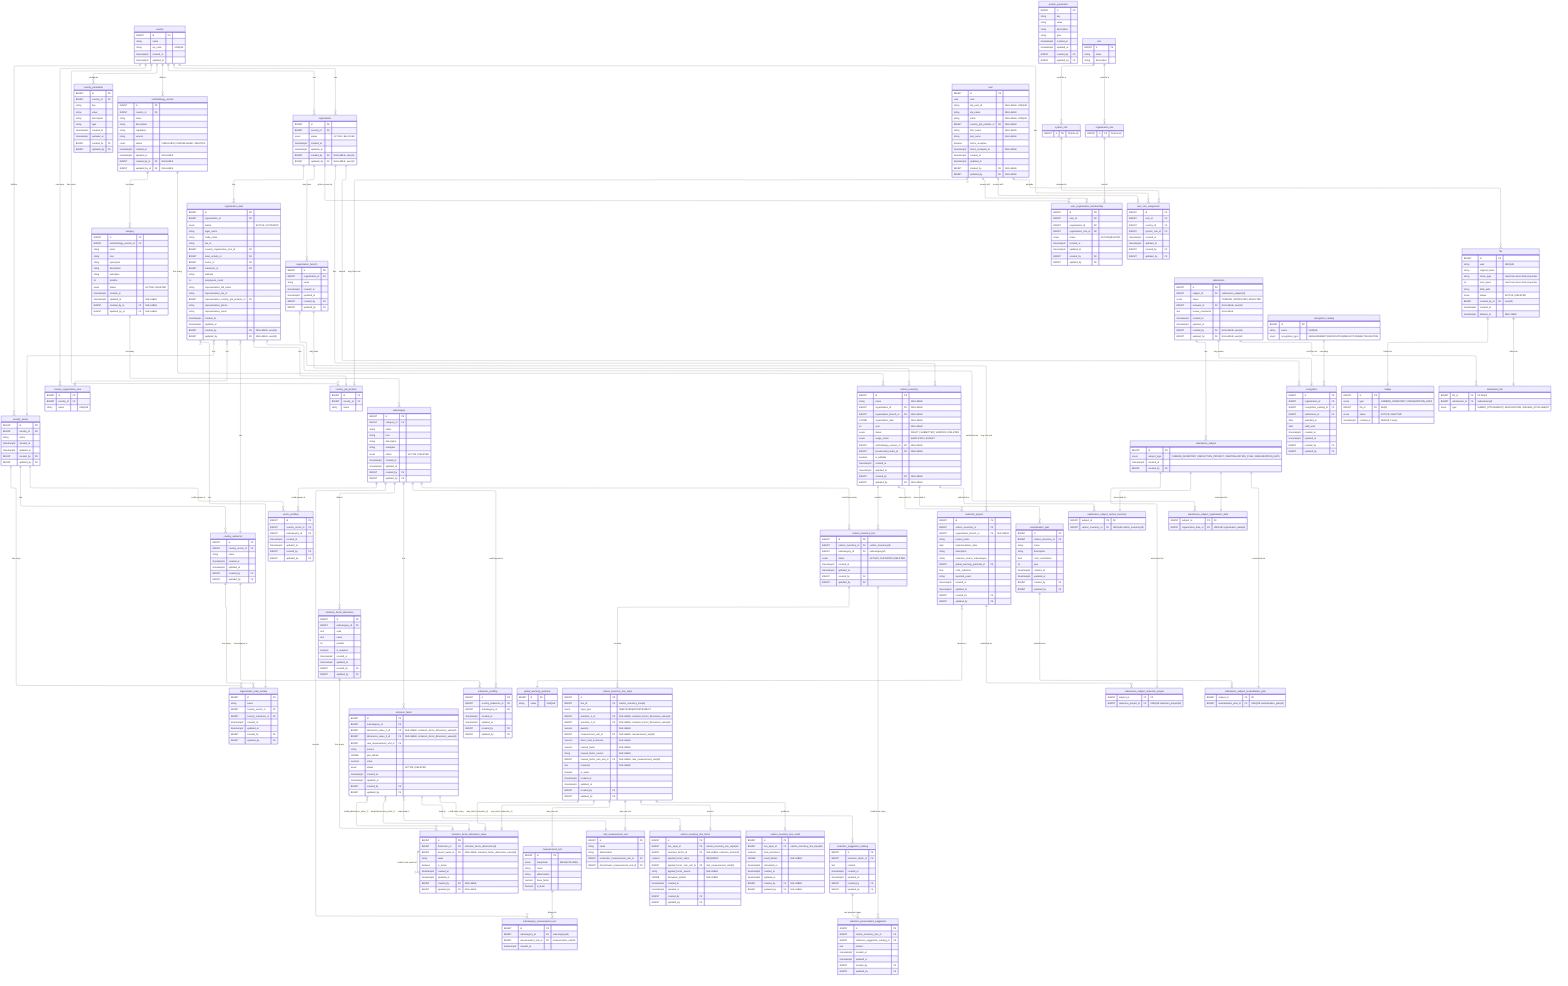
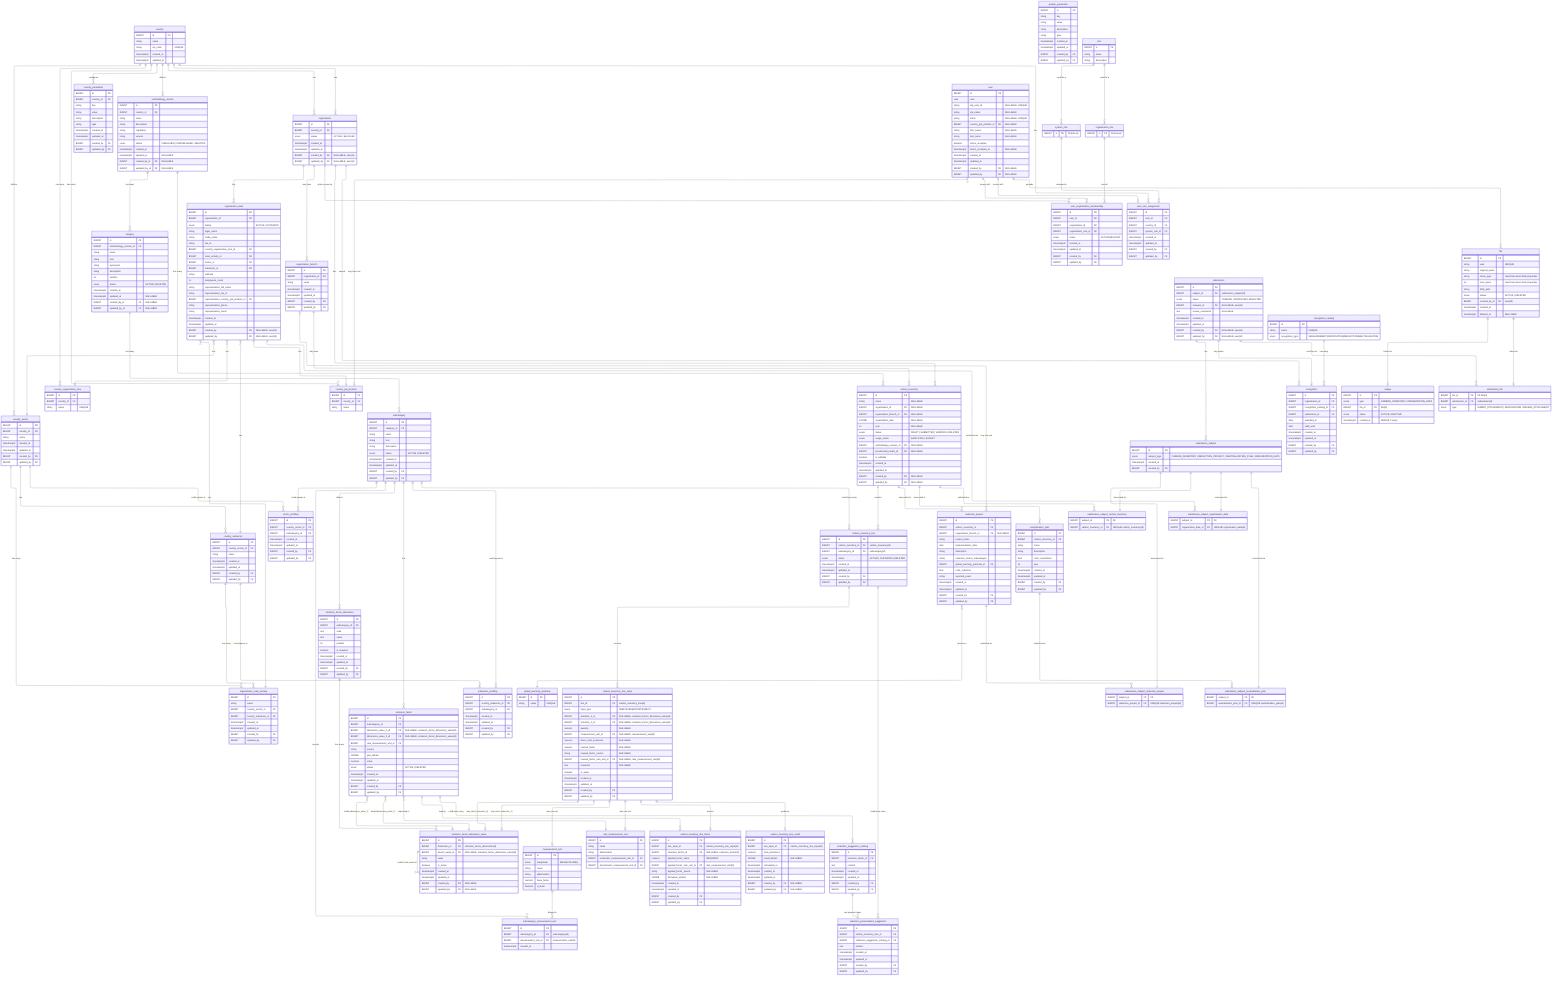
---
config:
  layout: elk
---
erDiagram
	direction TB

	%% ============================================================
	%% Design Principles
	%% ============================================================

	%% 🔷 Core Modeling Principles
	%% 	1.	Each table has a single, well-defined responsibility
	%% Tables are designed to represent one concept only (e.g. configuration, input, result, workflow), avoiding mixed concerns.

	%% 	2.	Relationships reflect real business rules, not just foreign keys
	%% Cardinalities and optionality are chosen to express domain constraints, not merely technical implementation details.

	%% 	3.	Nullability is intentional and meaningful
	%% Nullable fields indicate valid domain states (e.g. optional associations, draft data), not incomplete design.

	%% ⸻

	%% 🔷 Configuration & Reference Data
	%% 	4.	Reference data is normalized and centralized
	%% Shared concepts (statuses, units, potentials) are defined once and reused across the system.

	%% 	5.	Volatile enums are modeled as tables, not database ENUMs
	%% Any value expected to evolve (statuses, workflows) is stored in catalog tables to avoid schema migrations.

	%% 	6.	Stable physical concepts may use ENUMs
	%% Concepts that are scientifically stable (e.g. unit magnitude, usage mode) may use database ENUMs for safety and clarity.

	%% ⸻

	%% 🔷 Methodology & Emission Factors

	%% 	7.	Methodology is versioned and country-scoped
	%% All categories, subcategories, and factors belong to a specific methodology version tied to a country.

	%% 	8.	Emission factors are defined by standardized dimensions, not free text
	%% User selections and factor matching are driven by normalized dimension values to ensure consistency and correctness.

	%% 	9.	Dimension cardinality reflects domain reality, not generic flexibility
	%% Emission factors support up to two dimensions by design, matching current methodology requirements and admin workflows.

	%% 	10.	Administrative workflows are hierarchical and sequential
	%% New entities are created top-down (category → subcategory → dimension → value → factor), enforcing consistency at each level.

	%% ⸻

	%% 🔷 Inventory & Calculation

	%% 	11.	Input, factor selection, and results are modeled as separate concerns
	%% User input, factor derivation, and calculated results are stored in distinct tables for clarity and auditability.

	%% 	12.	Results are always derived from immutable input snapshots
	%% Calculated emissions reference the exact input used, ensuring reproducibility even if inputs change later.

	%% 	13.	Historical data is preserved; updates create new versions
	%% Changes do not overwrite previous data but create new records, maintaining a complete audit trail.

	%% ⸻

	%% 🔷 Workflow & Submissions

	%% 	14.	Workflows are modeled as data, not booleans
	%% Submissions, approvals, and recognitions are represented explicitly rather than inferred from flags.

	%% 	15.	Polymorphism is handled via explicit subject tables
	%% Submissions reference a generic subject entity with concrete subtype tables, avoiding nullable polymorphic foreign keys.

	%% 	16.	Recognitions are awarded based on submissions, not raw entities
	%% This ensures all awards are traceable to a validated review process.

	%% ⸻

	%% 🔷 Audit & Governance

	%% 	17.	Audit fields are applied based on responsibility and mutability
	%% Operational tables are auditable; reference and system-owned tables may omit audit fields by design.

	%% 	18.	System-generated data does not pretend to have an author
	%% Automatically calculated results record timestamps but not created_by or updated_by.

	%% 	19.	Database constraints enforce correctness wherever possible
	%% Uniqueness, consistency, and invariants are enforced at the database level rather than relying solely on application logic.


	%% ⸻

	%% 🔷 Evolution & Maintainability

	%% 	20.	Design favors clarity and correctness over premature generalization
	%% Flexibility is introduced only when driven by real domain requirements, not hypothetical future use cases.

	%% 	21.	Future extensions are possible without breaking existing data
	%% The model anticipates evolution (e.g. new methodologies, new workflows) while keeping current usage simple and explicit.

	%% ⸻

	%% These principles are intentional.
	%% Changes to the model should preserve these invariants unless there is a clear domain-driven reason to evolve them.

	%% ============================================================
	%% 🟦 Country & configuration (7)
	%% ============================================================

	country {
		BIGINT id PK ""
		string name  ""
		string iso_code "UNIQUE"
		timestamptz created_at  ""
		timestamptz updated_at  ""
	}

	country_parameter {
		BIGINT id PK ""
		BIGINT country_id FK ""
		string key  ""
		string value  ""
		string description  ""
		string type  ""
		timestamptz created_at  ""
		timestamptz updated_at  ""
		BIGINT created_by FK ""
		BIGINT updated_by FK ""
	}

	system_parameter {
		BIGINT id PK ""
		string key  ""
		string value  ""
		string description  ""
		string type  ""
		timestamptz created_at  ""
		timestamptz updated_at  ""
		BIGINT created_by FK ""
		BIGINT updated_by FK ""
	}

	country_sector {
		BIGINT id PK ""
		BIGINT country_id FK ""
		string name  ""
		timestamptz created_at  ""
		timestamptz updated_at  ""
		BIGINT created_by FK ""
		BIGINT updated_by FK ""
	}

	country_subsector {
		BIGINT id PK ""
		BIGINT country_sector_id FK ""
		string name  ""
		timestamptz created_at  ""
		timestamptz updated_at  ""
		BIGINT created_by FK ""
		BIGINT updated_by FK ""
	}

	country_organization_size {
		BIGINT id PK ""
		BIGINT country_id FK ""
		string name  "UNIQUE"
	}

	organization_main_activity {
		BIGINT id PK ""
		string name ""
		BIGINT country_sector_id FK ""
		BIGINT country_subsector_id FK ""
		timestamptz created_at ""
		timestamptz updated_at ""
		BIGINT created_by FK ""
		BIGINT updated_by FK ""
	}

	country_job_position {
		BIGINT id PK ""
		BIGINT country_id FK ""
		string name  ""
	}

	%% ============================================================
	%% 🟩 Methodology & factors (10)
	%% ============================================================

	methodology_version {
		BIGINT id PK ""
		BIGINT country_id FK ""
		string name  ""
		string description  ""
		string regulation ""
		string version ""
		enum status "PUBLISHED | UNPUBLISHED | DELETED"
		timestamptz created_at  ""
		timestamptz updated_at  "NULLABLE"
		BIGINT created_by_id FK "NULLABLE"
		BIGINT updated_by_id FK "NULLABLE"
		%% Enforce via trigger at most 1 active per country
	}

	category {
		BIGINT id PK ""
		BIGINT methodology_version_id FK ""
		string name ""
		string icon ""
		%% just for displaying
		string synonyms ""
		%% just for displaying
		string description ""
- 		%% just for displaying
- 		string examples ""
		%% Position must be > 0 (enforced by DB CHECK constraint)
		int position ""
		enum status "ACTIVE | DELETED"
		timestamptz created_at  ""
		timestamptz updated_at  "NULLABLE"
		BIGINT created_by_id FK "NULLABLE"
		BIGINT updated_by_id FK "NULLABLE"
		%% UNIQUE(methodology_version_id, name)
		%% UNIQUE(methodology_version_id, position)
	}

	subcategory {
		BIGINT id PK ""
		BIGINT category_id FK ""
		string name  ""
		string icon ""
		%% just for displaying
		string description  ""
- 		%% just for displaying
- 		string examples ""
		enum status "ACTIVE | DELETED"
		timestamptz created_at  ""
		timestamptz updated_at  ""
		BIGINT created_by FK ""
		BIGINT updated_by FK ""
	}

	emission_factor_dimension {
		BIGINT id PK ""
		BIGINT subcategory_id FK ""
		%% Like: FUEL_GROUP, FUEL_TYPE, GAS_TYPE
		text code ""
		%% Like: Tipo de combustible, Tipo de gas
		text name ""
		%% Like: 1, 2, 3 (order in UI & logic)
		int position ""
		boolean is_required ""
		timestamptz created_at  ""
		timestamptz updated_at  ""
		BIGINT created_by FK ""
		BIGINT updated_by FK ""
		%% UNIQUE(subcategory_id, position),
		%% UNIQUE(subcategory_id, code)
	}

	emission_factor_dimension_value {
		BIGINT id PK ""
		BIGINT dimension_id FK "emission_factor_dimension(id)"
		BIGINT parent_value_id FK "NULLABLE, emission_factor_dimension_value(id)"
		%% Like: Natural gas, Diesel, Kerosene, etc
		string value ""
		boolean is_active ""
		timestamptz created_at  ""
		timestamptz updated_at  ""
		BIGINT created_by FK "NULLABLE"
		BIGINT updated_by FK "NULLABLE"
		%% UNIQUE(dimension_id, value)
	}

	emission_factor {
		BIGINT id PK ""
		BIGINT subcategory_id FK ""
		%% Emission factors currently support up to two dimensions via fixed columns.
		%% A binding table was considered for unbounded dimensions but intentionally not used to keep queries and constraints simple.
		BIGINT dimension_value_1_id FK "NULLABLE, emission_factor_dimension_value(id)"
		BIGINT dimension_value_2_id FK "NULLABLE, emission_factor_dimension_value(id)"
		BIGINT rate_measurement_unit_id FK ""
		string source  ""
		JSONB gas_details ""
		numeric value  ""
		enum status "ACTIVE | DELETED"
		timestamptz created_at  ""
		timestamptz updated_at  ""
		BIGINT created_by FK ""
		BIGINT updated_by FK ""
		%% Enforce UNIQUE (subcategory_id, dimension_value_1_id, dimension_value_2_id) WHERE status = 'ACTIVE'
	}

	sector_profiling {
		BIGINT id PK ""
		BIGINT country_sector_id FK ""
		BIGINT subcategory_id FK ""
		timestamptz created_at  ""
		timestamptz updated_at  ""
		BIGINT created_by FK ""
		BIGINT updated_by FK ""
		%% UNIQUE(country_sector_id, subcategory_id)
	}

	subsector_profiling {
		BIGINT id PK ""
		BIGINT country_subsector_id FK ""
		BIGINT subcategory_id FK ""
		timestamptz created_at  ""
		timestamptz updated_at  ""
		BIGINT created_by FK ""
		BIGINT updated_by FK ""
		%% UNIQUE(country_subsector_id, subcategory_id)
	}

	measurement_unit {
		BIGINT id PK ""
		enum magnitude  "MASS|VOLUME|..."
		string name  ""
		string abbreviation  ""
		numeric base_factor  ""
		boolean is_base  ""
		%% Enforce UNIQUE (magnitude) WHERE is_base = true
	}

	rate_measurement_unit {
		BIGINT id PK ""
		string name  ""
		string abbreviation  ""
		BIGINT numerator_measurement_unit_id FK ""
		BIGINT denominator_measurement_unit_id FK ""
	}

	subcategory_measurement_unit {
		BIGINT id PK ""
		BIGINT subcategory_id FK "subcategory(id)"
		BIGINT measurement_unit_id FK "measurement_unit(id)"
		timestamptz created_at ""
		%% UNIQUE(subcategory_id, measurement_unit_id)
	}

	global_warming_potential {
		BIGINT id PK ""
		string name "UNIQUE"
		%% AR4, AR5, etc...
	}

	%% ============================================================
	%% 🟨 Organizations & users (8)
	%% ============================================================

	organization {
		BIGINT id PK
		BIGINT country_id FK
		enum status "ACTIVE | BLOCKED"
		timestamptz created_at
		timestamptz updated_at
		BIGINT created_by FK "NULLABLE, user(id)"
		BIGINT updated_by FK "NULLABLE, user(id)"
  	}

	organization_data {
		BIGINT id PK
		BIGINT organization_id FK
		enum status "ACTIVE | OUTDATED"

		%% organization data
		string legal_name
		string trade_name
		string tax_id
		BIGINT country_organization_size_id FK
		BIGINT main_activity_id FK
		BIGINT sector_id FK
		BIGINT subsector_id FK
		string address
		int employees_count

		%% representative data
		string representative_full_name
		string representative_tax_id
		BIGINT representative_country_job_position_id FK
		string representative_phone
		string representative_email

		timestamptz created_at
		timestamptz updated_at
		BIGINT created_by FK "NULLABLE, user(id)"
		BIGINT updated_by FK "NULLABLE, user(id)"
	}

	organization_branch {
		BIGINT id PK ""
		BIGINT organization_id FK ""
		string name  ""
		timestamptz created_at  ""
		timestamptz updated_at  ""
		BIGINT created_by FK ""
		BIGINT updated_by FK ""
	}

	user {
		BIGINT id PK ""
		uuid uuid  ""
		string idp_user_id "NULLABLE, UNIQUE"
		string idp_name "NULLABLE"
		string email  "NULLABLE, UNIQUE"
		BIGINT country_job_position_id FK "NULLABLE"
		string first_name "NULLABLE"
		string last_name "NULLABLE"
		boolean terms_accepted ""
		timestamptz terms_accepted_at "NULLABLE"
		timestamptz created_at  ""
		timestamptz updated_at  ""
		BIGINT created_by FK "NULLABLE"
		BIGINT updated_by FK "NULLABLE"
	}

	%% abstract parent table
	role {
		BIGINT id PK ""
		string name ""
		string description ""
	}

	system_role {
		BIGINT id PK "FK(role.id)"
	}

	organization_role {
		BIGINT id PK "FK(role.id)"
	}


	user_organization_membership {
		BIGINT id PK ""
		BIGINT user_id FK ""
		BIGINT organization_id FK ""
		BIGINT organization_role_id FK ""
		enum status "ACTIVE|DELETED"
		timestamptz created_at  ""
		timestamptz updated_at  ""
		BIGINT created_by FK ""
		BIGINT updated_by FK ""
		%% UNIQUE(user_id, organization_id, organization_role_id)
	}

	user_role_assignment {
		BIGINT id PK ""
		BIGINT user_id FK ""
		BIGINT country_id FK ""
		BIGINT system_role_id FK ""
		timestamptz created_at  ""
		timestamptz updated_at  ""
		BIGINT created_by FK ""
		BIGINT updated_by FK ""
		%% UNIQUE(user_id, country_id, system_role_id)
	}

	%% ============================================================
	%% 🟧 Inventory & calculation (9)
	%% ============================================================

	%% organization & organization_branch will be NULL when user does not belong to any org.
	carbon_inventory {
		BIGINT id PK ""
		string name "NULLABLE"
		BIGINT organization_id FK "NULLABLE"
		BIGINT organization_branch_id FK "NULLABLE"
		JSONB organization_data "NULLABLE"
		int year "NULLABLE"
		enum status "DRAFT | SUBMITTED | VERIFIED | DELETED"
		enum usage_mode "SIMPLIFIED | EXPERT"
		BIGINT methodology_version_id FK "NULLABLE"
		BIGINT preselected_nodes_id FK "NULLABLE"
		boolean is_editable ""
		timestamptz created_at  ""
		timestamptz updated_at  ""
		BIGINT created_by FK "NULLABLE"
		BIGINT updated_by FK "NULLABLE"
	}

	%% A "line" represents what is being measured (subcategory) for a given inventory.
	%% We do not store quantities/factors/selections here. It's the anchor.
	carbon_inventory_line {
		BIGINT id PK ""
		BIGINT carbon_inventory_id FK "carbon_inventory(id)"
		BIGINT subcategory_id FK "subcategory(id)"
		enum status "ACTIVE | OUTDATED | DELETED"
		timestamptz created_at  ""
		timestamptz updated_at  ""
		BIGINT created_by FK ""
		BIGINT updated_by FK ""
	}

	carbon_inventory_line_input {
		BIGINT id PK ""
		BIGINT line_id FK "carbon_inventory_line(id)"
		enum input_type "SIMPLIFIED|EXPERT|DIRECT"

		%% the "dimension selections" (more on dimension standardization in section 4)
		BIGINT selection_1_id FK "NULLABLE, emission_factor_dimension_value(id)"
		BIGINT selection_2_id FK "NULLABLE, emission_factor_dimension_value(id)"

		numeric quantity "NULLABLE"
		BIGINT measurement_unit_id FK "NULLABLE, measurement_unit(id)"

		%% For DIRECT mode:
		numeric direct_total_emissions "NULLABLE"

		%% For EXPERT mode:
		numeric manual_factor "NULLABLE"
		string manual_factor_source "NULLABLE"
		BIGINT manual_factor_rate_unit_id FK "NULLABLE, rate_measurement_unit(id)"

		text comment "NULLABLE"
		boolean is_active ""
		timestamptz created_at  ""
		timestamptz updated_at  ""
		BIGINT created_by FK ""
		BIGINT updated_by FK ""
		%% Enforce only one active input per line: UNIQUE(line_id) WHERE is_active = true
	}

	%% This stores "what factor did we use, after conversions, and why" so results are reproducible.
	carbon_inventory_line_factor {
		BIGINT id PK ""
		BIGINT line_input_id FK "carbon_inventory_line_input(id)"

		%% chosen factor: either from catalog (simplified) or null for expert/direct
		BIGINT emission_factor_id FK "NULLABLE, emission_factor(id)"

		%% normalized factor actually used in the computation (post-conversion)
		%% REQUIRED: Must always be present for result reproducibility
		numeric applied_factor_value "REQUIRED"
		BIGINT applied_factor_rate_unit_id FK "rate_measurement_unit(id)"
		string applied_factor_source "NULLABLE"

		%% optionally store a JSON blob explaining conversion steps for auditability
		JSONB derivation_details "NULLABLE"

		timestamptz created_at  ""
		timestamptz updated_at  ""
		BIGINT created_by FK ""
		BIGINT updated_by FK ""
		%% Enforce 1 factor row per input: UNIQUE(line_input_id)
	}

	carbon_inventory_line_result {
		BIGINT id PK ""
		BIGINT line_input_id FK "carbon_inventory_line_input(id)"
		numeric total_emissions ""
		%% optionally store breakdown: per-gas, CO2e, etc.
		JSONB result_details "NULLABLE"
		timestamptz calculated_at ""
		timestamptz created_at  ""
		timestamptz updated_at  ""
		BIGINT created_by FK "NULLABLE"
		BIGINT updated_by FK "NULLABLE"
		%% Ensure 1 result per input: UNIQUE(line_input_id)
	}

	reduction_suggestion_catalog {
		BIGINT id PK ""
		BIGINT emission_factor_id FK ""
		text content  ""
		timestamptz created_at  ""
		timestamptz updated_at  ""
		BIGINT created_by FK ""
		BIGINT updated_by FK ""
	}

	%% We plan to create these suggestion with AI
	reduction_personalized_suggestion {
		BIGINT id PK ""
		BIGINT carbon_inventory_line_id FK ""
		BIGINT reduction_suggestion_catalog_id FK ""
		text content  ""
		timestamptz created_at  ""
		timestamptz updated_at  ""
		BIGINT created_by FK ""
		BIGINT updated_by FK ""
	}

	reduction_project {
		BIGINT id PK ""
		BIGINT carbon_inventory_id FK ""
		BIGINT organization_branch_id FK "NULLABLE"
		string project_name  ""
		date implementation_date  ""
		string description  ""
		string emission_source_subcategory  ""
		BIGINT global_warming_potential_id FK ""
		float co2e_reduction  ""
		string reported_years  ""
		timestamptz created_at  ""
		timestamptz updated_at  ""
		BIGINT created_by FK ""
		BIGINT updated_by FK ""
	}

	neutralization_plan {
		BIGINT id PK ""
		BIGINT carbon_inventory_id FK ""
		string name  ""
		string description  ""
		float co2e_neutralized  ""
		int year  ""
		timestamptz created_at  ""
		timestamptz updated_at  ""
		BIGINT created_by FK ""
		BIGINT updated_by FK ""
	}

	%% ============================================================
	%% 🟥 Submissions & recognition (7)
	%% ============================================================

	%% Read the docs about the submissions model design here: https://www.notion.so/Modelo-E-R-para-Submissions-2d318d2c8901805ab8f9eed2a9d9d702?source=copy_link
	%% The data within this table is immutable once created
	submission_subject {
		BIGINT id PK ""
		enum subject_type "CARBON_INVENTORY | REDUCTION_PROJECT | NEUTRALIZATION_PLAN | ORGANIZATION_DATA"
		timestamptz created_at  ""
		BIGINT created_by FK ""
	}

	%% The data within this table is immutable once created
	submission_subject_carbon_inventory {
		BIGINT subject_id PK "FK"
		BIGINT carbon_inventory_id FK "UNIQUE carbon_inventory(id)"
	}

	%% The data within this table is immutable once created
	submission_subject_reduction_project {
		BIGINT subject_id PK "FK"
		BIGINT reduction_project_id FK "UNIQUE reduction_project(id)"
	}

	%% The data within this table is immutable once created
	submission_subject_neutralization_plan {
		BIGINT subject_id PK "FK"
		BIGINT neutralization_plan_id FK "UNIQUE neutralization_plan(id)"
	}

	%% The data within this table is immutable once created
	submission_subject_organization_data {
		BIGINT subject_id PK "FK"
		BIGINT organization_data_id FK "UNIQUE organization_data(id)"
	}

	submission {
		BIGINT id PK ""
		BIGINT subject_id FK "submission_subject(id)"
		enum status "PENDING | APPROVED | REJECTED"
		BIGINT reviewer_id FK "NULLABLE, user(id)"
		text review_comments "NULLABLE"
		timestamptz created_at  ""
		timestamptz updated_at  ""
		BIGINT created_by FK "NULLABLE, user(id)"
		BIGINT updated_by FK "NULLABLE, user(id)"
		%% UNIQUE INDEX on subject_id WHERE status IN ('PENDING', 'APPROVED')
	}

	recognition_catalog {
		BIGINT id PK ""
		string name "UNIQUE"
		enum recognition_type  "MEASUREMENT|VERIFICATION|REDUCTION|NEUTRALIZATION"
	}

	recognition {
		BIGINT id PK ""
		BIGINT organization_id FK ""
		BIGINT recognition_catalog_id FK ""
		BIGINT submission_id FK ""
		date awarded_at  ""
		date valid_until  ""
		timestamptz created_at  ""
		timestamptz updated_at  ""
		BIGINT created_by FK ""
		BIGINT updated_by FK ""
	}

	%% ============================================================
	%% 🟪 Files & attachments (3)
	%% ============================================================

	%% Generic file metadata table. Ownership is resolved via link tables
	%% (badge, submission_file) following the same polymorphic pattern used by submission_subject.
	%% mime_type and size_bytes are read from Azure blob properties at confirm-upload time,
	%% not provided by the client.
	file {
		BIGINT id PK ""
		string uuid "UNIQUE"
		string original_name ""
		string mime_type "read from Azure blob properties"
		int size_bytes "read from Azure blob properties"
		string blob_path ""
		enum status "ACTIVE | DELETED"
		BIGINT created_by_id FK "user(id)"
		timestamptz created_at ""
		timestamptz deleted_at "NULLABLE"
	}

	%% Link table: file ↔ badge type
	%% Only one badge per type may have status ACTIVE at a time.
	%% Uploading a new badge automatically sets the previous one to INACTIVE.
	badge {
		BIGINT id PK ""
		enum type "CARBON_INVENTORY | ORGANIZATION_DATA"
		BIGINT file_id FK "file(id)"
		enum status "ACTIVE | INACTIVE"
		timestamptz created_at "DEFAULT now()"
	}

	%% Link table: file ↔ submission
	%% type distinguishes between document attachments and recognition certificates.
	submission_file {
		BIGINT file_id PK "FK file(id)"
		BIGINT submission_id FK "submission(id)"
		enum type "SUBMIT_ATTACHMENT | RECOGNITION | REVIEW_ATTACHMENT"
	}

	%% ============================================================
	%% Others
	%% ============================================================


%% ============================================================
%% Relationships
%% ============================================================

country
	country ||--o{ country_parameter : "configures"
	country ||--o{ country_sector : "defines"
	country ||--o{ methodology_version : "defines"
	country ||--o{ organization : "has"
	country ||--o{ user_role_assignment : "has"
	country ||--o{ country_organization_size: "has many"
	country ||--o{ country_job_position : "has many"
	country ||--o{ organization : "has"

country_sector
	country_sector ||--o{ country_subsector : "has"
	country_sector ||--o{ sector_profiling : "could appear at"
	country_sector ||--o{ organization_main_activity : "has many"

country_subsector
	country_subsector ||--o{ subsector_profiling : "could appear at"
	country_subsector ||--o{ organization_main_activity : "has many"

organization
	organization ||--o{ carbon_inventory : "has"
	organization ||--o{ organization_branch : "may have"
	organization ||--o{ recognition : "awards"
	organization ||--o{ user_organization_membership : "grant access via"
	organization ||--o{ organization_data : "has"

organization_data
	organization_data }o--|| country_organization_size : "has"
	organization_data }o--|| country_sector : "has"
	organization_data }o--|| country_subsector : "has"
	organization_data ||--|| country_job_position : "has"
	organization_data ||--o{ submission_subject_organization_data : "submitted via"
	organization_data }o--|| organization_main_activity : "has"


organization_branch
	organization_branch |o--o{ reduction_project : "may execute"
	organization_branch ||--o{ carbon_inventory : "may have"

recognition_catalog
	recognition_catalog ||--o{ recognition  : "has many"

role
	role ||--o{ system_role : "could be a"
	role ||--o{ organization_role : "could be a"
	organization_role ||--o{ user_organization_membership : "used at"
	system_role ||--o{ user_role_assignment : "assigned at"

user
	user ||--o{ user_organization_membership : "access with"
	user }o--o| country_job_position : "may have one"
	user ||--o| user_role_assignment : "access with"
	user ||--o{ file : "uploads"

methodology_version
	methodology_version ||--o{ carbon_inventory : "has many"
	methodology_version ||--o{ category : "has many"

category
	category ||--o{ subcategory : "has many"

subcategory
	subcategory ||--o{ emission_factor_dimension: "defines"
	%% A subcategory may exist with zero emission factors:
	subcategory ||--o{ emission_factor: "has"
	subcategory ||--o{ sector_profiling: "could appear at"
	subcategory ||--o{ subsector_profiling: "could appear at"
	subcategory ||--o{ carbon_inventory_line: "could have many"
	subcategory ||--o{ subcategory_measurement_unit: "accepts"

measurement_unit
	measurement_unit ||--o{ subcategory_measurement_unit: "allowed in"

emission_factor_dimension
	emission_factor_dimension ||--o{ emission_factor_dimension_value : "has many"

emission_factor_dimension_value
	emission_factor_dimension_value ||--o{ emission_factor_dimension_value : "could be the parent of"

emission_factor
	emission_factor ||--o{ reduction_suggestion_catalog : "could have many"
	emission_factor ||--o{ carbon_inventory_line_factor : "used by"
	emission_factor }o--|| rate_measurement_unit : "expressed in"
	%% At most 2 values, depending on subcategory configuration:
	emission_factor }o--|| emission_factor_dimension_value : "binds (dimension_value_1)"
	emission_factor }o--|| emission_factor_dimension_value : "binds (dimension_value_2)"

carbon_inventory
	carbon_inventory ||--o{ carbon_inventory_line: "contains"
	carbon_inventory ||--o{ submission_subject_carbon_inventory: "submitted as"
	carbon_inventory ||--o{ neutralization_plan: "associated to"
	carbon_inventory ||--o{ reduction_project: "associated to"

carbon_inventory_line
	carbon_inventory_line ||--o{ reduction_personalized_suggestion: "could have many"
	carbon_inventory_line ||--o{ carbon_inventory_line_input: "receives"

carbon_inventory_line_input
	carbon_inventory_line_input ||--o| emission_factor_dimension_value: "may select (selection_1)"
	carbon_inventory_line_input ||--o| emission_factor_dimension_value: "may select (selection_2)"
	carbon_inventory_line_input ||--o| measurement_unit: "may use one"
	carbon_inventory_line_input ||--o| rate_measurement_unit: "may use one"
	carbon_inventory_line_input ||--o| carbon_inventory_line_factor: "derives"
	carbon_inventory_line_input ||--o| carbon_inventory_line_result: "produces"

submission_subject
	submission_subject ||--|| submission_subject_carbon_inventory : "associated via"
	submission_subject ||--|| submission_subject_reduction_project : "associated via"
	submission_subject ||--|| submission_subject_neutralization_plan : "associated via"
	submission_subject ||--|| submission_subject_organization_data : "associated via"

submission
	submission ||--o| recognition: "may award"
	submission ||--o{ submission_subject: "has"
	submission ||--o{ submission_file: "has files via"

neutralization_plan
	neutralization_plan ||--o{ submission_subject_neutralization_plan : "submitted via"

reduction_project
	reduction_project ||--o{ submission_subject_reduction_project : "submitted via"
	reduction_project }o--|| global_warming_potential : "declares a"

reduction_suggestion_catalog
	reduction_suggestion_catalog ||--o{ reduction_personalized_suggestion : "can generate many"

file
	file ||--o| badge : "linked via"
	file ||--o| submission_file : "linked via"